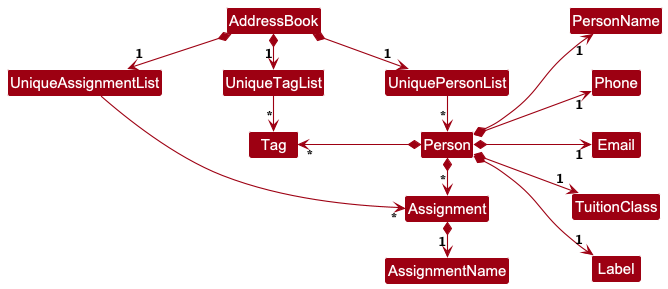
AY2526S1-CS2103T-W14-1/tp keeps this PlantUML diagram as docs/images/BetterModelClassDiagram.png. Above is the earlier version.
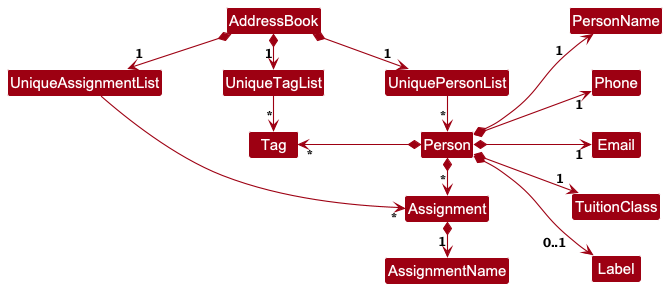
After the change.

What changed in the source:
```diff
@@ -19,11 +19,11 @@
 Person *-up-> "*" Tag
 Person *-right-> "*" Assignment
 
-Person *--> "1" PersonName
+Person *--> "1    " PersonName
 Person *--> "1" Phone
 Person *--> "1" Email
 Person *--> "1" TuitionClass
-Person *--> "1" Label
+Person *--> "0..1    " Label
 
 Assignment *-right-> "1" AssignmentName
 @enduml
```
